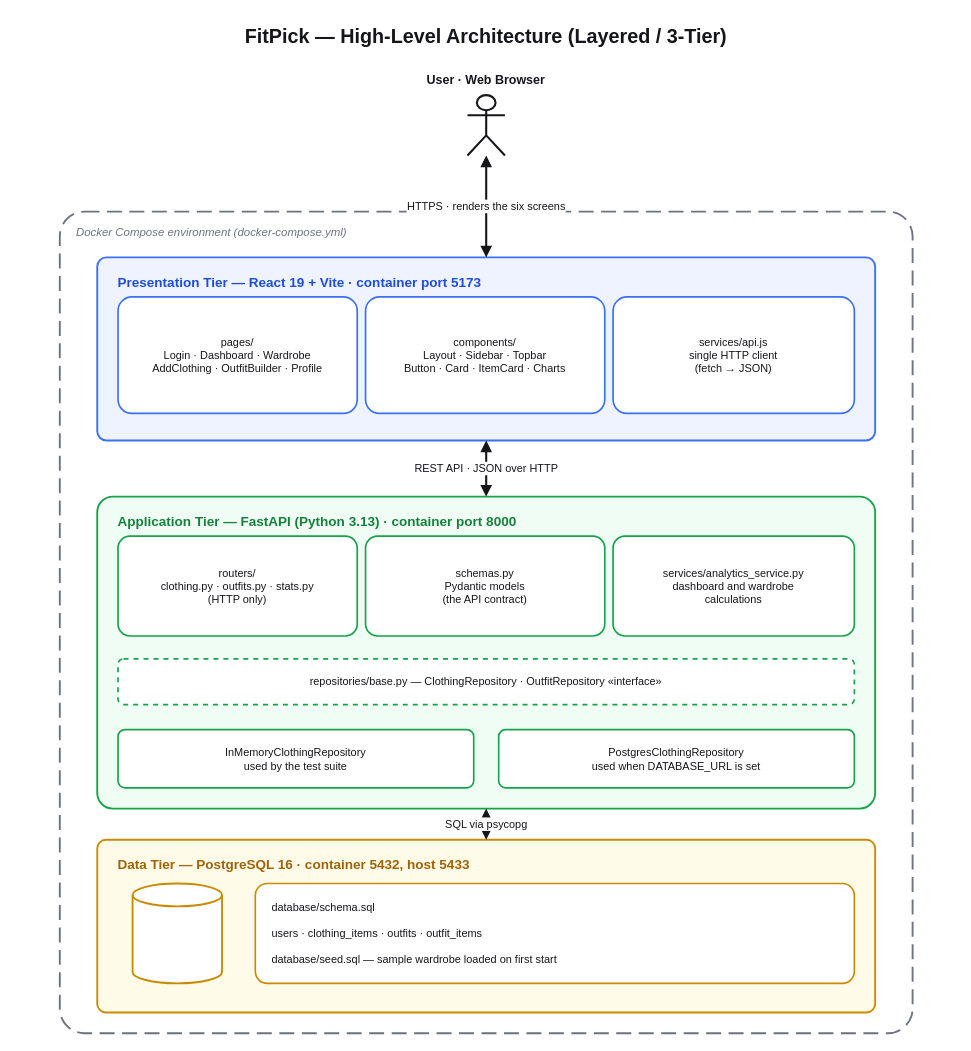
nithi0307/fitpick keeps this draw.io diagram as docs/design/architecture/fitpick-architecture.drawio. Above is the earlier version. Source tidied: cells renumbered, new cells numbered last; positions are measured from the earlier drawing's top-left corner, leaving out a move shared by most shapes. Both pictures are drawn from the tidied source at 104%, with x=0, y=0 at pixel (18, 18).
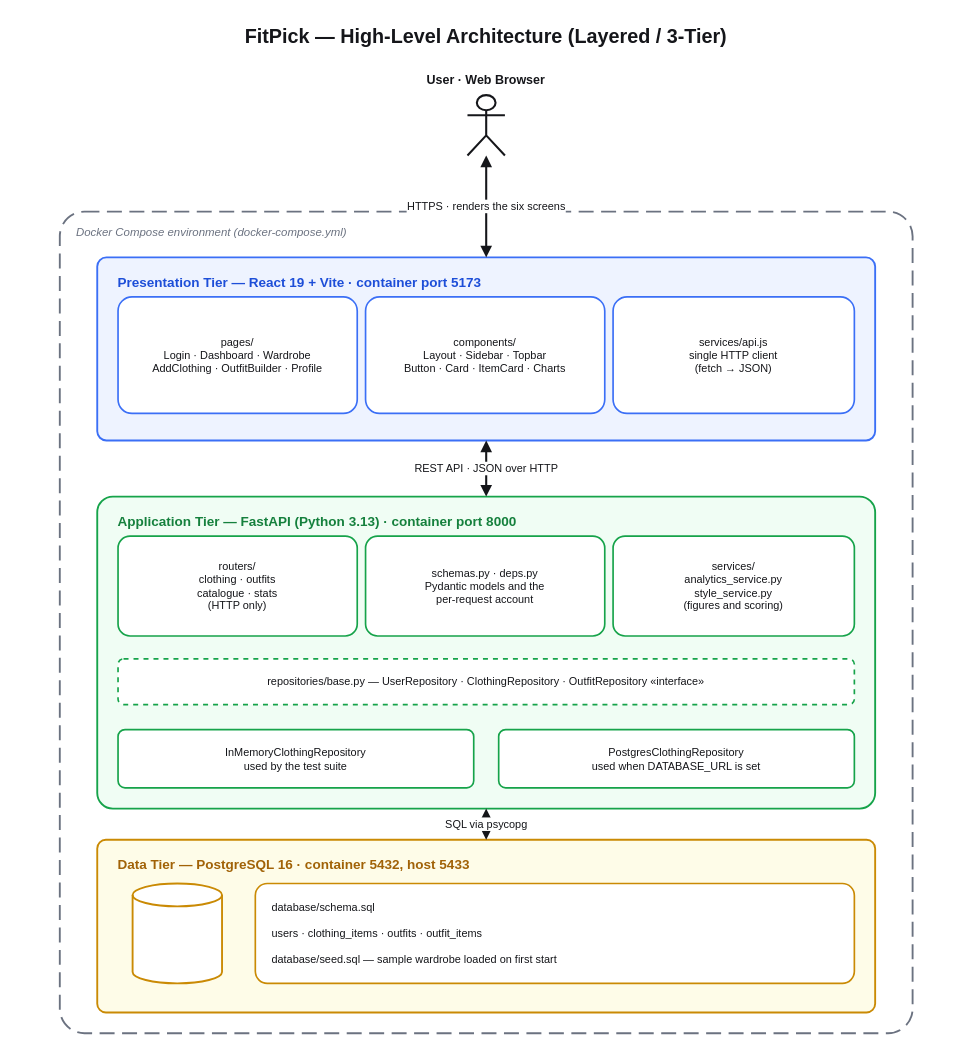
After the change.

What changed in the source:
```diff
@@
-    <mxCell id="13" value="routers/&#10;clothing.py · outfits.py · stats.py&#10;(HTTP only)" style="rounded=1;arcSize=12;whiteSpace=wrap;html=1;fillColor=#ffffff;strokeColor=#16a34a;strokeWidth=1.6;fontSize=10.5;fontColor=#15161a;verticalAlign=middle;align=center;" parent="1" vertex="1">
+    <mxCell id="13" value="routers/&#10;clothing · outfits&#10;catalogue · stats&#10;(HTTP only)" style="rounded=1;arcSize=12;whiteSpace=wrap;html=1;fillColor=#ffffff;strokeColor=#16a34a;strokeWidth=1.6;fontSize=10.5;fontColor=#15161a;verticalAlign=middle;align=center;" parent="1" vertex="1">
       <mxGeometry x="96" y="498" width="230" height="96" as="geometry" />
     </mxCell>
-    <mxCell id="14" value="schemas.py&#10;Pydantic models&#10;(the API contract)" style="rounded=1;arcSize=12;whiteSpace=wrap;html=1;fillColor=#ffffff;strokeColor=#16a34a;strokeWidth=1.6;fontSize=10.5;fontColor=#15161a;verticalAlign=middle;align=center;" parent="1" vertex="1">
+    <mxCell id="14" value="schemas.py · deps.py&#10;Pydantic models and the&#10;per-request account" style="rounded=1;arcSize=12;whiteSpace=wrap;html=1;fillColor=#ffffff;strokeColor=#16a34a;strokeWidth=1.6;fontSize=10.5;fontColor=#15161a;verticalAlign=middle;align=center;" parent="1" vertex="1">
       <mxGeometry x="334" y="498" width="230" height="96" as="geometry" />
     </mxCell>
-    <mxCell id="15" value="services/analytics_service.py&#10;dashboard and wardrobe&#10;calculations" style="rounded=1;arcSize=12;whiteSpace=wrap;html=1;fillColor=#ffffff;strokeColor=#16a34a;strokeWidth=1.6;fontSize=10.5;fontColor=#15161a;verticalAlign=middle;align=center;" parent="1" vertex="1">
+    <mxCell id="15" value="services/&#10;analytics_service.py&#10;style_service.py&#10;(figures and scoring)" style="rounded=1;arcSize=12;whiteSpace=wrap;html=1;fillColor=#ffffff;strokeColor=#16a34a;strokeWidth=1.6;fontSize=10.5;fontColor=#15161a;verticalAlign=middle;align=center;" parent="1" vertex="1">
       <mxGeometry x="572" y="498" width="232" height="96" as="geometry" />
     </mxCell>
-    <mxCell id="16" value="repositories/base.py — ClothingRepository · OutfitRepository  «interface»" style="rounded=1;arcSize=12;whiteSpace=wrap;html=1;fillColor=#ffffff;strokeColor=#16a34a;strokeWidth=1.6;fontSize=10.5;fontColor=#15161a;verticalAlign=middle;align=center;dashed=1;" parent="1" vertex="1">
+    <mxCell id="16" value="repositories/base.py — UserRepository · ClothingRepository · OutfitRepository  «interface»" style="rounded=1;arcSize=12;whiteSpace=wrap;html=1;fillColor=#ffffff;strokeColor=#16a34a;strokeWidth=1.6;fontSize=10.5;fontColor=#15161a;verticalAlign=middle;align=center;dashed=1;" parent="1" vertex="1">
       <mxGeometry x="96" y="616" width="708" height="44" as="geometry" />
     </mxCell>
```
